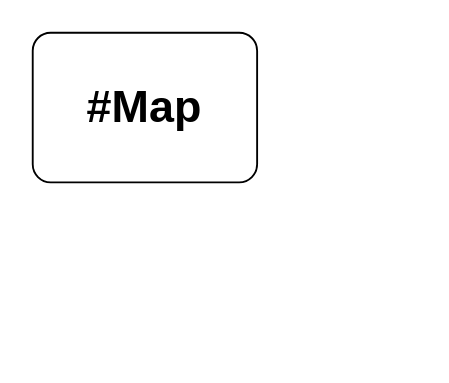
The draw.io diagram concept.dio in TwoLegCat/train-game, before the edit. Source tidied: cells renumbered, new cells numbered last; positions are measured from the earlier drawing's top-left corner, leaving out a move shared by most shapes. Both pictures are drawn from the tidied source at 187%, with x=0, y=0 at pixel (32, 32).
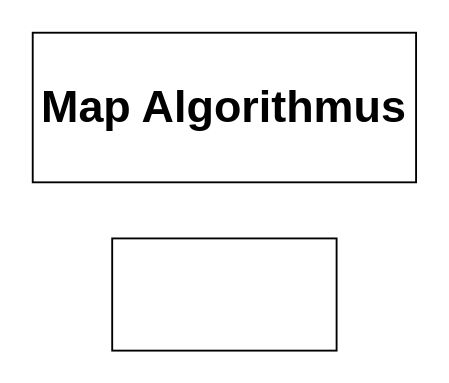
The same page after the edit.

What changed in the source:
```diff
@@
 <mxGraphModel>
   <root>
     <mxCell id="0" />
     <mxCell id="1" parent="0" />
-    <mxCell id="2" value="&lt;h1&gt;#Map&lt;/h1&gt;" style="rounded=1;whiteSpace=wrap;html=1;align=center;arcSize=12;" parent="1" vertex="1">
-      <mxGeometry width="120" height="80" as="geometry" />
+    <mxCell id="2" value="&lt;h1&gt;Map Algorithmus&lt;/h1&gt;" style="rounded=0;whiteSpace=wrap;html=1;align=center;arcSize=12;" parent="1" vertex="1">
+      <mxGeometry width="205" height="80" as="geometry" />
     </mxCell>
+    <mxCell id="3" style="rounded=0;whiteSpace=wrap;html=1;" parent="1" vertex="1">
+      <mxGeometry x="42.5" y="110" width="120" height="60" as="geometry" />
+    </mxCell>
   </root>
 </mxGraphModel>
```
